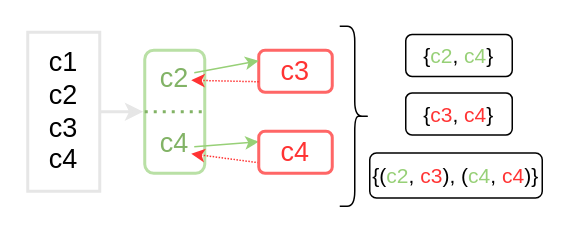
zhoucz97/paper_figure keeps this draw.io diagram as figure1c.drawio. Above is the earlier version. Source tidied: cells renumbered, new cells numbered last; positions are measured from the earlier drawing's top-left corner, leaving out a move shared by most shapes. Both pictures are drawn from the tidied source at 150%, with x=0, y=0 at pixel (27, 26).
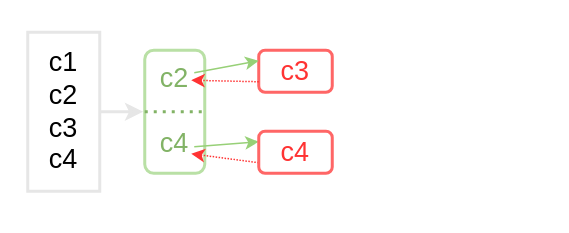
The same page after the edit.

Diff of the diagram source:
```diff
@@
 <mxGraphModel>
   <root>
     <mxCell id="0" />
     <mxCell id="1" parent="0" />
     <mxCell id="2" style="edgeStyle=orthogonalEdgeStyle;rounded=0;jettySize=auto;html=1;exitX=1;exitY=0.5;exitDx=0;exitDy=0;strokeColor=#E6E6E6;strokeWidth=2;" parent="1" edge="1" source="3">
       <mxGeometry relative="1" as="geometry">
         <mxPoint x="77" y="57.3" as="targetPoint" />
       </mxGeometry>
     </mxCell>
     <mxCell id="3" value="&lt;font style=&quot;font-size: 18px&quot;&gt;c1&lt;br&gt;c2&lt;br&gt;c3&lt;br&gt;c4&lt;/font&gt;" style="rounded=0;whiteSpace=wrap;html=1;strokeWidth=2;strokeColor=#E6E6E6;" parent="1" vertex="1">
       <mxGeometry y="4" width="48" height="106" as="geometry" />
     </mxCell>
     <mxCell id="4" value="&lt;span style=&quot;font-size: 18px&quot;&gt;&lt;font color=&quot;#82b366&quot;&gt;c2&lt;br&gt;&lt;br&gt;c4&lt;/font&gt;&lt;/span&gt;" style="rounded=1;whiteSpace=wrap;html=1;strokeWidth=2;strokeColor=#B9E0A5;sketch=0;" parent="1" vertex="1">
       <mxGeometry x="78" y="16" width="40" height="82" as="geometry" />
     </mxCell>
     <mxCell id="5" value="&lt;span style=&quot;font-size: 18px&quot;&gt;&lt;font color=&quot;#ff3333&quot;&gt;c3&lt;/font&gt;&lt;/span&gt;" style="rounded=1;whiteSpace=wrap;html=1;strokeWidth=2;strokeColor=#FF6666;" parent="1" vertex="1">
       <mxGeometry x="154" y="16" width="49" height="28" as="geometry" />
     </mxCell>
-    <mxCell id="6" style="shape=curlyBracket;whiteSpace=wrap;html=1;rounded=1;flipH=1;" parent="1" vertex="1">
-      <mxGeometry x="208" width="20" height="120" as="geometry" />
-    </mxCell>
     <mxCell id="7" style="endArrow=none;dashed=1;html=1;dashPattern=1 2;strokeWidth=2;exitX=0;exitY=0.5;exitDx=0;exitDy=0;fillColor=#fff2cc;strokeColor=#82B366;" parent="1" edge="1" source="4">
       <mxGeometry relative="1" as="geometry">
         <mxPoint x="118" y="57" as="targetPoint" />
       </mxGeometry>
     </mxCell>
     <mxCell id="8" style="endArrow=classic;html=1;entryX=0;entryY=0.25;entryDx=0;entryDy=0;strokeColor=#97D077;" parent="1" edge="1" target="5">
       <mxGeometry relative="1" as="geometry">
         <mxPoint x="111" y="31" as="sourcePoint" />
       </mxGeometry>
     </mxCell>
     <mxCell id="9" style="endArrow=classic;html=1;exitX=0.825;exitY=0.244;exitDx=0;exitDy=0;exitPerimeter=0;entryX=0;entryY=0.25;entryDx=0;entryDy=0;strokeColor=#97D077;" parent="1" edge="1" target="15">
       <mxGeometry relative="1" as="geometry">
         <mxPoint x="111" y="80.3" as="sourcePoint" />
       </mxGeometry>
     </mxCell>
     <mxCell id="10" style="endArrow=classic;html=1;exitX=0;exitY=0.75;exitDx=0;exitDy=0;dashed=1;dashPattern=1 1;strokeColor=#FF3333;" parent="1" edge="1" source="15">
       <mxGeometry relative="1" as="geometry">
         <mxPoint x="109" y="85" as="targetPoint" />
       </mxGeometry>
     </mxCell>
     <mxCell id="11" style="endArrow=classic;html=1;exitX=0;exitY=0.75;exitDx=0;exitDy=0;dashed=1;dashPattern=1 1;strokeColor=#FF3333;" parent="1" edge="1" source="5">
       <mxGeometry relative="1" as="geometry">
         <mxPoint x="109" y="36" as="targetPoint" />
       </mxGeometry>
     </mxCell>
-    <mxCell id="12" value="&lt;font style=&quot;font-size: 14px&quot;&gt;{(&lt;font color=&quot;#97d077&quot;&gt;c2&lt;/font&gt;, &lt;font color=&quot;#ff3333&quot;&gt;c3&lt;/font&gt;), (&lt;font color=&quot;#97d077&quot;&gt;c4&lt;/font&gt;, &lt;font color=&quot;#ff3333&quot;&gt;c4&lt;/font&gt;)}&lt;/font&gt;" style="rounded=1;whiteSpace=wrap;html=1;strokeWidth=1;perimeterSpacing=0;" parent="1" vertex="1">
-      <mxGeometry x="228" y="84.5" width="115" height="30" as="geometry" />
-    </mxCell>
-    <mxCell id="13" value="&lt;span style=&quot;font-size: 14px&quot;&gt;{&lt;font color=&quot;#97d077&quot;&gt;c2&lt;/font&gt;, &lt;font color=&quot;#97d077&quot;&gt;c4&lt;/font&gt;}&lt;/span&gt;" style="rounded=1;whiteSpace=wrap;html=1;strokeWidth=1;perimeterSpacing=0;" parent="1" vertex="1">
-      <mxGeometry x="252" y="5.5" width="71" height="28" as="geometry" />
-    </mxCell>
-    <mxCell id="14" value="&lt;span style=&quot;font-size: 14px&quot;&gt;{&lt;font color=&quot;#ff3333&quot;&gt;c3&lt;/font&gt;, &lt;font color=&quot;#ff3333&quot;&gt;c4&lt;/font&gt;}&lt;/span&gt;" style="rounded=1;whiteSpace=wrap;html=1;strokeWidth=1;perimeterSpacing=0;" parent="1" vertex="1">
-      <mxGeometry x="252" y="44.5" width="71" height="28" as="geometry" />
-    </mxCell>
     <mxCell id="15" value="&lt;span style=&quot;font-size: 18px&quot;&gt;&lt;font color=&quot;#ff3333&quot;&gt;c4&lt;/font&gt;&lt;/span&gt;" style="rounded=1;whiteSpace=wrap;html=1;strokeWidth=2;strokeColor=#FF6666;" parent="1" vertex="1">
       <mxGeometry x="154" y="70" width="49" height="28" as="geometry" />
     </mxCell>
   </root>
 </mxGraphModel>
```
